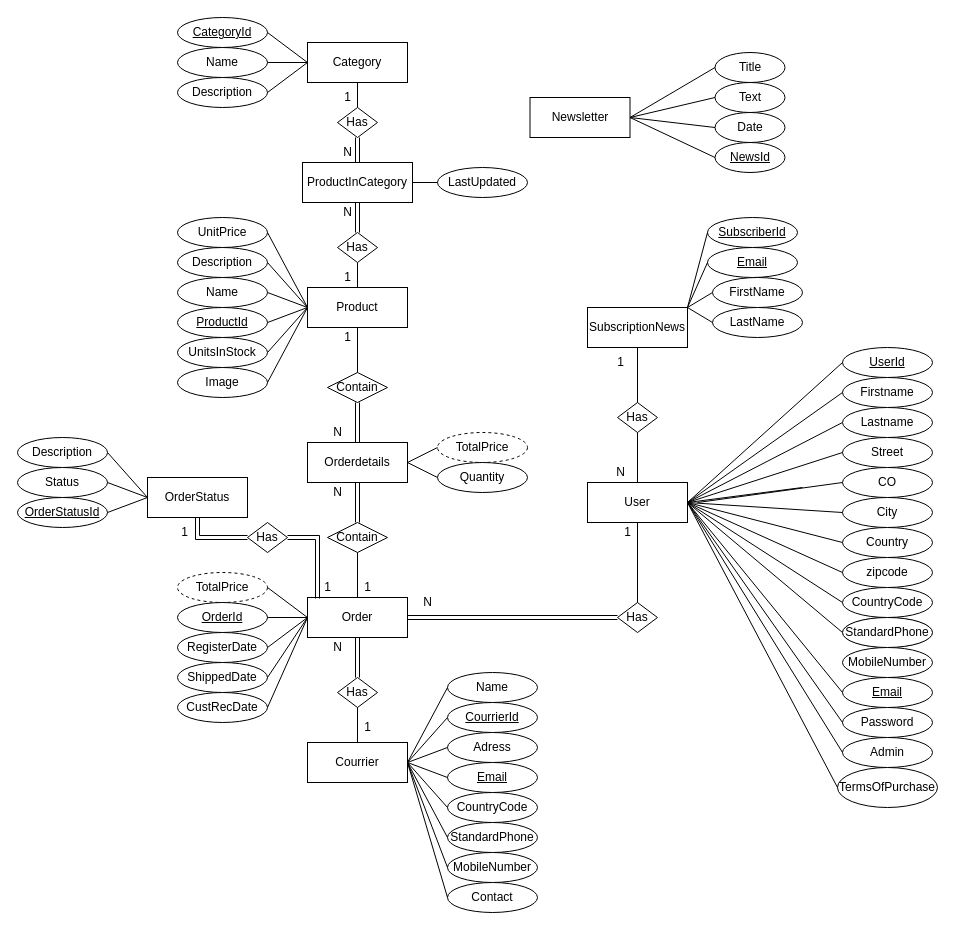
This is ProjectStructure/Diagrams/Webshop ER-Diagram 2022-02-01.drawio from AminaHallam/Webshop, a draw.io file, before an edit. Source tidied: cells renumbered, new cells numbered last; positions are measured from the earlier drawing's top-left corner, leaving out a move shared by most shapes. Both pictures are drawn from the tidied source at 100%, with x=0, y=0 at pixel (17, 17).
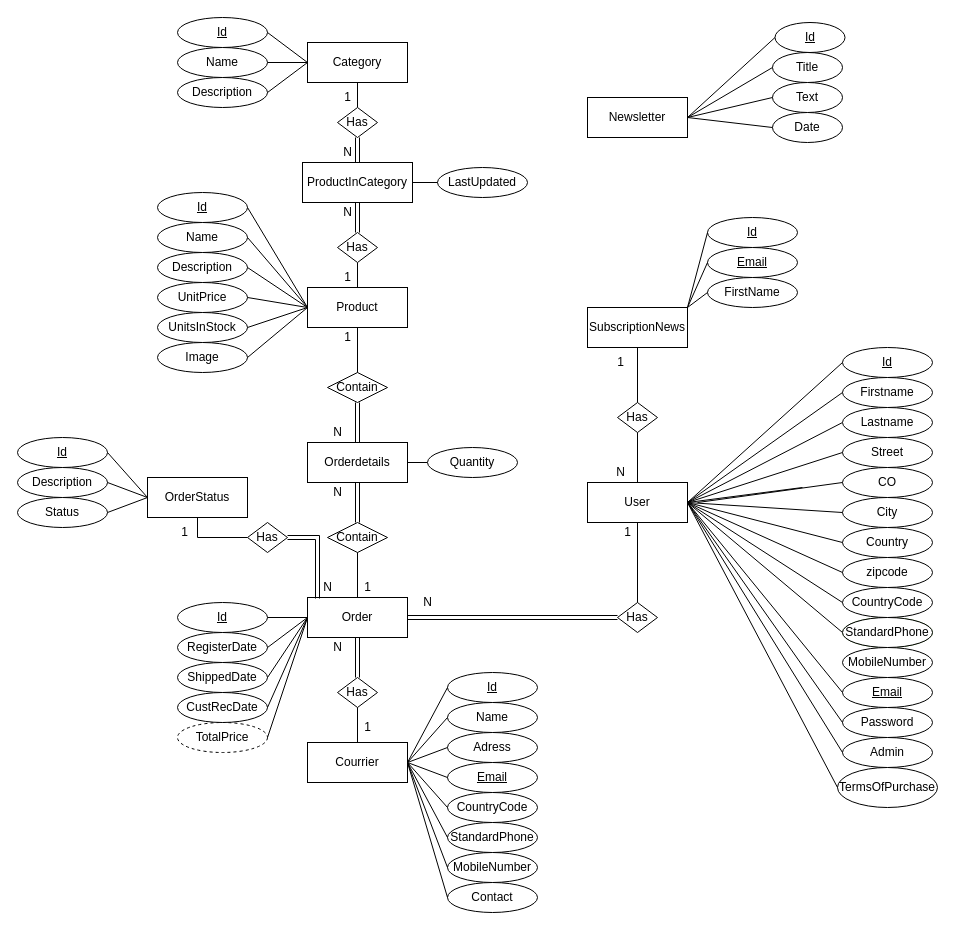
After the change.

Unchanged cells that the change refers to:
```xml
<mxCell id="31" value="Orderdetails" style="rounded=0;whiteSpace=wrap;html=1;" parent="1" vertex="1">
  <mxGeometry x="290" y="425" width="100" height="40" as="geometry" />
</mxCell>
<mxCell id="60" value="SubscriptionNews" style="rounded=0;whiteSpace=wrap;html=1;" parent="1" vertex="1">
  <mxGeometry x="570" y="290" width="100" height="40" as="geometry" />
</mxCell>
<mxCell id="110" value="OrderStatus" style="rounded=0;whiteSpace=wrap;html=1;" parent="1" vertex="1">
  <mxGeometry x="130" y="460" width="100" height="40" as="geometry" />
</mxCell>
<mxCell id="116" value="Has" style="rhombus;whiteSpace=wrap;html=1;" parent="1" vertex="1">
  <mxGeometry x="230" y="505" width="40" height="30" as="geometry" />
</mxCell>
```

Diff of the diagram source:
```diff
@@
-    <mxCell id="11" value="&lt;u&gt;UserId&lt;br&gt;&lt;/u&gt;" style="ellipse;whiteSpace=wrap;html=1;" parent="1" vertex="1">
+    <mxCell id="11" value="&lt;u&gt;Id&lt;br&gt;&lt;/u&gt;" style="ellipse;whiteSpace=wrap;html=1;" parent="1" vertex="1">
       <mxGeometry x="825" y="330" width="90" height="30" as="geometry" />
     </mxCell>
     <mxCell id="12" value="Description" style="ellipse;whiteSpace=wrap;html=1;" parent="1" vertex="1">
-      <mxGeometry x="160" y="230" width="90" height="30" as="geometry" />
+      <mxGeometry x="140" y="235" width="90" height="30" as="geometry" />
     </mxCell>
     <mxCell id="13" value="Name" style="ellipse;whiteSpace=wrap;html=1;" parent="1" vertex="1">
-      <mxGeometry x="160" y="260" width="90" height="30" as="geometry" />
+      <mxGeometry x="140" y="205" width="90" height="30" as="geometry" />
     </mxCell>
-    <mxCell id="14" value="ProductId" style="ellipse;whiteSpace=wrap;html=1;fontStyle=4;" parent="1" vertex="1">
-      <mxGeometry x="160" y="290" width="90" height="30" as="geometry" />
+    <mxCell id="14" value="Id" style="ellipse;whiteSpace=wrap;html=1;fontStyle=4;" parent="1" vertex="1">
+      <mxGeometry x="140" y="175" width="90" height="30" as="geometry" />
     </mxCell>
     <mxCell id="15" value="Name" style="ellipse;whiteSpace=wrap;html=1;" parent="1" vertex="1">
-      <mxGeometry x="430" y="655" width="90" height="30" as="geometry" />
+      <mxGeometry x="430" y="685" width="90" height="30" as="geometry" />
     </mxCell>
-    <mxCell id="16" value="&lt;u&gt;CourrierId&lt;/u&gt;" style="ellipse;whiteSpace=wrap;html=1;" parent="1" vertex="1">
-      <mxGeometry x="430" y="685" width="90" height="30" as="geometry" />
+    <mxCell id="16" value="&lt;u&gt;Id&lt;/u&gt;" style="ellipse;whiteSpace=wrap;html=1;" parent="1" vertex="1">
+      <mxGeometry x="430" y="655" width="90" height="30" as="geometry" />
     </mxCell>
@@
     <mxCell id="47" value="Newsletter" style="rounded=0;whiteSpace=wrap;html=1;" parent="1" vertex="1">
-      <mxGeometry x="512.5" y="80" width="100" height="40" as="geometry" />
+      <mxGeometry x="570" y="80" width="100" height="40" as="geometry" />
     </mxCell>
     <mxCell id="48" value="Text" style="ellipse;whiteSpace=wrap;html=1;" parent="1" vertex="1">
-      <mxGeometry x="697.5" y="65" width="70" height="30" as="geometry" />
+      <mxGeometry x="755" y="65" width="70" height="30" as="geometry" />
     </mxCell>
@@
     <mxCell id="53" value="Title" style="ellipse;whiteSpace=wrap;html=1;" parent="1" vertex="1">
-      <mxGeometry x="697.5" y="35" width="70" height="30" as="geometry" />
+      <mxGeometry x="755" y="35" width="70" height="30" as="geometry" />
     </mxCell>
@@
     <mxCell id="55" value="Date" style="ellipse;whiteSpace=wrap;html=1;" parent="1" vertex="1">
-      <mxGeometry x="697.5" y="95" width="70" height="30" as="geometry" />
+      <mxGeometry x="755" y="95" width="70" height="30" as="geometry" />
     </mxCell>
-    <mxCell id="56" value="&lt;u&gt;NewsId&lt;/u&gt;" style="ellipse;whiteSpace=wrap;html=1;" parent="1" vertex="1">
-      <mxGeometry x="697.5" y="125" width="70" height="30" as="geometry" />
+    <mxCell id="56" value="&lt;u&gt;Id&lt;/u&gt;" style="ellipse;whiteSpace=wrap;html=1;" parent="1" vertex="1">
+      <mxGeometry x="757.5" y="5" width="70" height="30" as="geometry" />
     </mxCell>
@@
-    <mxCell id="66" value="&lt;u&gt;SubscriberId&lt;/u&gt;" style="ellipse;whiteSpace=wrap;html=1;" parent="1" vertex="1">
+    <mxCell id="66" value="&lt;u&gt;Id&lt;/u&gt;" style="ellipse;whiteSpace=wrap;html=1;" parent="1" vertex="1">
       <mxGeometry x="690" y="200" width="90" height="30" as="geometry" />
     </mxCell>
-    <mxCell id="67" value="&lt;u&gt;CategoryId&lt;/u&gt;" style="ellipse;whiteSpace=wrap;html=1;" parent="1" vertex="1">
+    <mxCell id="67" value="&lt;u&gt;Id&lt;/u&gt;" style="ellipse;whiteSpace=wrap;html=1;" parent="1" vertex="1">
       <mxGeometry x="160" width="90" height="30" as="geometry" />
     </mxCell>
@@
     <mxCell id="70" value="UnitPrice" style="ellipse;whiteSpace=wrap;html=1;" parent="1" vertex="1">
-      <mxGeometry x="160" y="200" width="90" height="30" as="geometry" />
+      <mxGeometry x="140" y="265" width="90" height="30" as="geometry" />
     </mxCell>
     <mxCell id="71" value="UnitsInStock" style="ellipse;whiteSpace=wrap;html=1;" parent="1" vertex="1">
-      <mxGeometry x="160" y="320" width="90" height="30" as="geometry" />
+      <mxGeometry x="140" y="295" width="90" height="30" as="geometry" />
     </mxCell>
@@
     <mxCell id="73" value="TotalPrice" style="ellipse;whiteSpace=wrap;html=1;dashed=1;" parent="1" vertex="1">
-      <mxGeometry x="160" y="555" width="90" height="30" as="geometry" />
+      <mxGeometry x="160" y="705" width="90" height="30" as="geometry" />
     </mxCell>
-    <mxCell id="74" value="OrderId" style="ellipse;whiteSpace=wrap;html=1;fontStyle=4;" parent="1" vertex="1">
+    <mxCell id="74" value="Id" style="ellipse;whiteSpace=wrap;html=1;fontStyle=4;" parent="1" vertex="1">
       <mxGeometry x="160" y="585" width="90" height="30" as="geometry" />
     </mxCell>
@@
-    <mxCell id="97" value="TotalPrice" style="ellipse;whiteSpace=wrap;html=1;dashed=1;" parent="1" vertex="1">
-      <mxGeometry x="420" y="415" width="90" height="30" as="geometry" />
-    </mxCell>
-    <mxCell id="98" style="endArrow=none;html=1;rounded=0;entryX=0;entryY=0.5;entryDx=0;entryDy=0;exitX=1;exitY=0.5;exitDx=0;exitDy=0;" parent="1" edge="1" source="31" target="97">
-      <mxGeometry relative="1" as="geometry" />
-    </mxCell>
@@
     <mxCell id="109" value="Image" style="ellipse;whiteSpace=wrap;html=1;" parent="1" vertex="1">
-      <mxGeometry x="160" y="350" width="90" height="30" as="geometry" />
+      <mxGeometry x="140" y="325" width="90" height="30" as="geometry" />
     </mxCell>
@@
-    <mxCell id="111" value="OrderStatusId" style="ellipse;whiteSpace=wrap;html=1;fontStyle=4;" parent="1" vertex="1">
-      <mxGeometry y="480" width="90" height="30" as="geometry" />
+    <mxCell id="111" value="Id" style="ellipse;whiteSpace=wrap;html=1;fontStyle=4;" parent="1" vertex="1">
+      <mxGeometry y="420" width="90" height="30" as="geometry" />
     </mxCell>
     <mxCell id="112" value="Status" style="ellipse;whiteSpace=wrap;html=1;" parent="1" vertex="1">
-      <mxGeometry y="450" width="90" height="30" as="geometry" />
+      <mxGeometry y="480" width="90" height="30" as="geometry" />
     </mxCell>
     <mxCell id="113" value="Description" style="ellipse;whiteSpace=wrap;html=1;" parent="1" vertex="1">
-      <mxGeometry y="420" width="90" height="30" as="geometry" />
+      <mxGeometry y="450" width="90" height="30" as="geometry" />
     </mxCell>
-    <mxCell id="114" value="1" style="text;html=1;align=center;verticalAlign=middle;strokeColor=none;fillColor=none;" parent="1" vertex="1">
+    <mxCell id="114" value="N" style="text;html=1;align=center;verticalAlign=middle;strokeColor=none;fillColor=none;" parent="1" vertex="1">
       <mxGeometry x="300" y="560" width="20" height="20" as="geometry" />
     </mxCell>
-    <mxCell id="115" style="edgeStyle=orthogonalEdgeStyle;rounded=0;jettySize=auto;html=1;exitX=0;exitY=0.5;exitDx=0;exitDy=0;endArrow=none;endFill=0;shape=link;" parent="1" edge="1" source="116" target="110">
+    <mxCell id="115" style="edgeStyle=orthogonalEdgeStyle;rounded=0;jettySize=auto;html=1;exitX=0;exitY=0.5;exitDx=0;exitDy=0;endArrow=none;endFill=0;" parent="1" edge="1" source="116" target="110">
       <mxGeometry relative="1" as="geometry" />
     </mxCell>
@@
     <mxCell id="122" value="Quantity" style="ellipse;whiteSpace=wrap;html=1;" parent="1" vertex="1">
-      <mxGeometry x="420" y="445" width="90" height="30" as="geometry" />
+      <mxGeometry x="410" y="430" width="90" height="30" as="geometry" />
     </mxCell>
@@
     <mxCell id="141" value="FirstName" style="ellipse;whiteSpace=wrap;html=1;" parent="1" vertex="1">
-      <mxGeometry x="695" y="260" width="90" height="30" as="geometry" />
+      <mxGeometry x="690" y="260" width="90" height="30" as="geometry" />
     </mxCell>
-    <mxCell id="142" value="LastName" style="ellipse;whiteSpace=wrap;html=1;" parent="1" vertex="1">
-      <mxGeometry x="695" y="290" width="90" height="30" as="geometry" />
-    </mxCell>
@@
-    <mxCell id="144" style="endArrow=none;html=1;rounded=0;exitX=0;exitY=0.5;exitDx=0;exitDy=0;entryX=1;entryY=0;entryDx=0;entryDy=0;" parent="1" edge="1" source="142" target="60">
-      <mxGeometry relative="1" as="geometry" />
-    </mxCell>
```
